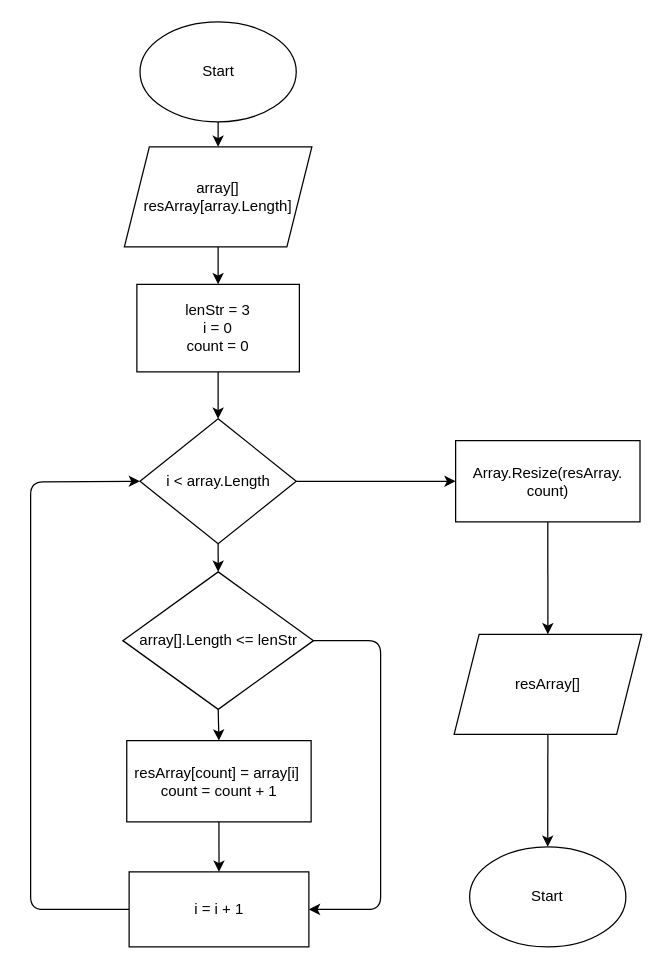
The draw.io diagram block_diagram/block_diagram.drawio in ValeryZubkov/finalwork_block1_itspecialist, before the edit. Source tidied: cells renumbered, new cells numbered last; positions are measured from the earlier drawing's top-left corner, leaving out a move shared by most shapes. Both pictures are drawn from the tidied source at 125%, with x=0, y=0 at pixel (30, 21).
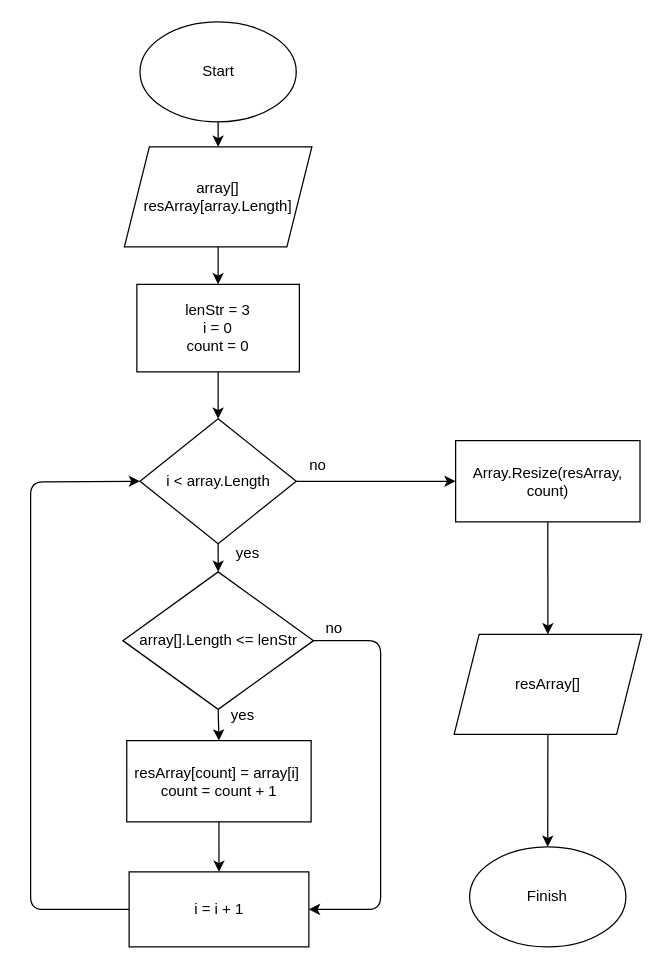
The same diagram, later.

Commit message:
fixed block diagram

The edit, as a diff of the source:
```diff
@@
-    <mxCell id="19" value="Array.Resize(resArray. count)" style="rounded=0;whiteSpace=wrap;html=1;" parent="1" vertex="1">
+    <mxCell id="19" value="Array.Resize(resArray, count)" style="rounded=0;whiteSpace=wrap;html=1;" parent="1" vertex="1">
       <mxGeometry x="340" y="335" width="147.5" height="65" as="geometry" />
     </mxCell>
@@
-    <mxCell id="22" value="Start" style="ellipse;whiteSpace=wrap;html=1;" parent="1" vertex="1">
+    <mxCell id="22" value="Finish" style="ellipse;whiteSpace=wrap;html=1;" parent="1" vertex="1">
       <mxGeometry x="351.2" y="660" width="125" height="80" as="geometry" />
     </mxCell>
+    <mxCell id="23" value="yes" style="text;html=1;strokeColor=none;fillColor=none;align=center;verticalAlign=middle;whiteSpace=wrap;rounded=0;" parent="1" vertex="1">
+      <mxGeometry x="144" y="410" width="60" height="30" as="geometry" />
+    </mxCell>
+    <mxCell id="24" value="no" style="text;html=1;strokeColor=none;fillColor=none;align=center;verticalAlign=middle;whiteSpace=wrap;rounded=0;" parent="1" vertex="1">
+      <mxGeometry x="200" y="340" width="60" height="30" as="geometry" />
+    </mxCell>
+    <mxCell id="25" value="yes" style="text;html=1;strokeColor=none;fillColor=none;align=center;verticalAlign=middle;whiteSpace=wrap;rounded=0;" parent="1" vertex="1">
+      <mxGeometry x="140" y="540" width="60" height="30" as="geometry" />
+    </mxCell>
+    <mxCell id="26" value="no" style="text;html=1;strokeColor=none;fillColor=none;align=center;verticalAlign=middle;whiteSpace=wrap;rounded=0;" parent="1" vertex="1">
+      <mxGeometry x="212.5" y="470" width="60" height="30" as="geometry" />
+    </mxCell>
```
